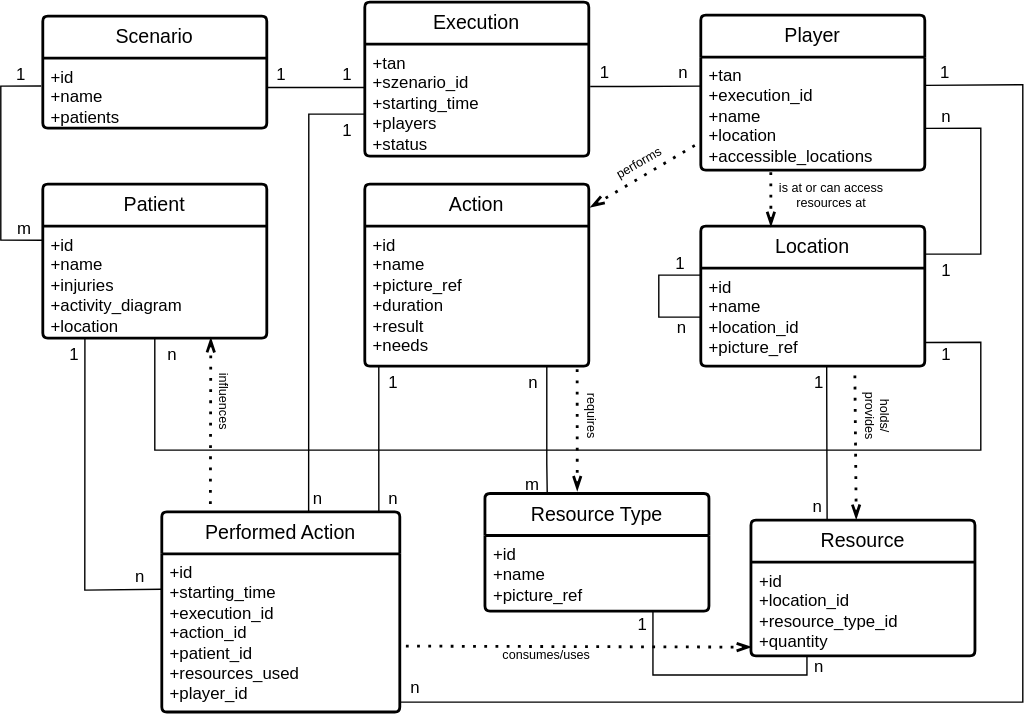
Above: doc/server/entity_relation_runtime.svg in MANVSim/MANVSim (draw.io), before the change. Source tidied: cells renumbered, new cells last; positions are measured from the earlier drawing's top-left corner, leaving out a move shared by most shapes.
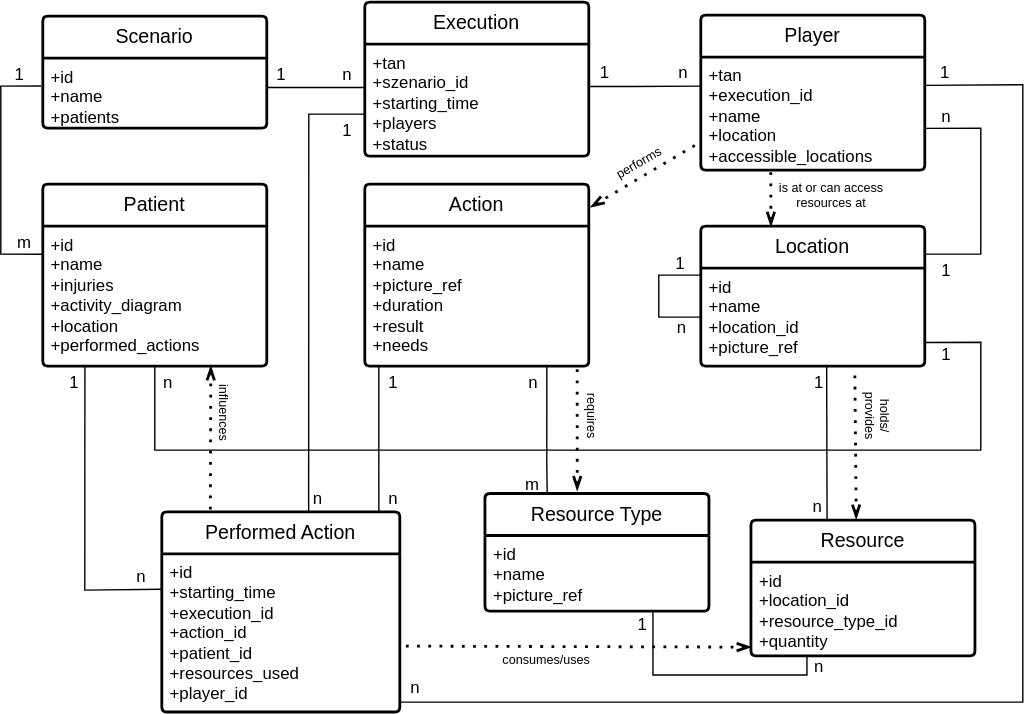
The same file after the commit.

Commit message:
add attribute, update graph

Diff of the diagram source:
```diff
@@ -9,15 +9,15 @@
       <mxGeometry y="30" width="160" height="50" as="geometry" />
     </mxCell>
     <mxCell id="4" value="Patient" style="swimlane;horizontal=1;startSize=30;rounded=1;fontSize=14;fontStyle=0;strokeWidth=2;shadow=0;dashed=0;align=center;arcSize=4;whiteSpace=wrap;html=1;" parent="1" vertex="1">
-      <mxGeometry x="30" y="130" width="160" height="110" as="geometry" />
+      <mxGeometry x="30" y="130" width="160" height="130" as="geometry" />
     </mxCell>
-    <mxCell id="5" value="+id&lt;div&gt;+name&lt;br&gt;&lt;/div&gt;&lt;div&gt;+injuries&lt;/div&gt;&lt;div&gt;+activity_diagram&lt;/div&gt;&lt;div&gt;+location&lt;/div&gt;" style="align=left;strokeColor=none;fillColor=none;spacingLeft=4;fontSize=12;verticalAlign=top;html=1;" parent="4" vertex="1">
-      <mxGeometry y="30" width="160" height="80" as="geometry" />
+    <mxCell id="5" value="+id&lt;div&gt;+name&lt;br&gt;&lt;/div&gt;&lt;div&gt;+injuries&lt;/div&gt;&lt;div&gt;+activity_diagram&lt;/div&gt;&lt;div&gt;+location&lt;/div&gt;&lt;div&gt;+performed_actions&lt;/div&gt;" style="align=left;strokeColor=none;fillColor=none;spacingLeft=4;fontSize=12;verticalAlign=top;html=1;" parent="4" vertex="1">
+      <mxGeometry y="30" width="160" height="100" as="geometry" />
     </mxCell>
-    <mxCell id="6" style="endArrow=none;html=1;rounded=0;entryX=-0.007;entryY=0.399;entryDx=0;entryDy=0;exitX=-0.001;exitY=0.126;exitDx=0;exitDy=0;exitPerimeter=0;entryPerimeter=0;" parent="1" edge="1" source="5" target="3">
+    <mxCell id="6" style="endArrow=none;html=1;rounded=0;entryX=-0.007;entryY=0.399;entryDx=0;entryDy=0;exitX=-0.001;exitY=0.201;exitDx=0;exitDy=0;exitPerimeter=0;entryPerimeter=0;" parent="1" edge="1" source="5" target="3">
       <mxGeometry relative="1" as="geometry">
         <Array as="points">
-          <mxPoint y="170" />
+          <mxPoint y="180" />
           <mxPoint y="60" />
         </Array>
       </mxGeometry>
@@ -59,7 +59,7 @@
         </Array>
       </mxGeometry>
     </mxCell>
-    <mxCell id="16" value="1" style="html=1;whiteSpace=wrap;align=right;verticalAlign=bottom;" parent="15" vertex="1">
+    <mxCell id="16" value="n" style="html=1;whiteSpace=wrap;align=right;verticalAlign=bottom;" parent="15" vertex="1">
       <mxGeometry x="1" relative="1" as="geometry">
         <mxPoint x="-8" y="-1" as="offset" />
       </mxGeometry>
@@ -194,7 +194,7 @@
       <mxGeometry x="436" y="59.3" as="geometry" />
     </mxCell>
     <mxCell id="43" value="n" style="html=1;whiteSpace=wrap;align=right;verticalAlign=bottom;" parent="1" vertex="1">
-      <mxGeometry x="127" y="260" as="geometry" />
+      <mxGeometry x="124.5" y="280" as="geometry" />
     </mxCell>
     <mxCell id="44" value="n" style="html=1;whiteSpace=wrap;align=right;verticalAlign=bottom;" parent="1" vertex="1">
       <mxGeometry x="589" y="483" as="geometry" />
@@ -203,7 +203,7 @@
       <mxGeometry relative="1" as="geometry" />
     </mxCell>
     <mxCell id="46" value="influences" style="text;html=1;align=center;verticalAlign=middle;whiteSpace=wrap;rounded=0;fontSize=9;rotation=90;" parent="1" vertex="1">
-      <mxGeometry x="124.5" y="282.5" width="70" height="5" as="geometry" />
+      <mxGeometry x="121.8" y="290.6" width="75.5" height="5" as="geometry" />
     </mxCell>
     <mxCell id="47" style="endArrow=none;dashed=1;html=1;dashPattern=1 3;strokeWidth=2;rounded=0;startArrow=openThin;startFill=0;entryX=0.948;entryY=0.998;entryDx=0;entryDy=0;entryPerimeter=0;exitX=0.412;exitY=-0.027;exitDx=0;exitDy=0;exitPerimeter=0;" parent="1" edge="1" source="22" target="10">
       <mxGeometry relative="1" as="geometry" />
@@ -263,7 +263,7 @@
       </mxGeometry>
     </mxCell>
     <mxCell id="60" value="1" style="html=1;whiteSpace=wrap;align=right;verticalAlign=bottom;" parent="1" vertex="1">
-      <mxGeometry x="57" y="260" as="geometry" />
+      <mxGeometry x="57" y="280" as="geometry" />
     </mxCell>
     <mxCell id="61" style="endArrow=none;html=1;rounded=0;entryX=0.912;entryY=-0.003;entryDx=0;entryDy=0;entryPerimeter=0;" parent="1" edge="1" target="53">
       <mxGeometry relative="1" as="geometry">
@@ -313,7 +313,7 @@
       </mxGeometry>
     </mxCell>
     <mxCell id="70" value="consumes/uses" style="text;html=1;align=center;verticalAlign=middle;whiteSpace=wrap;rounded=0;fontSize=9;rotation=0;" parent="1" vertex="1">
-      <mxGeometry x="355" y="460" width="70" height="14" as="geometry" />
+      <mxGeometry x="355" y="460" width="70" height="20" as="geometry" />
     </mxCell>
   </root>
 </mxGraphModel>
```
